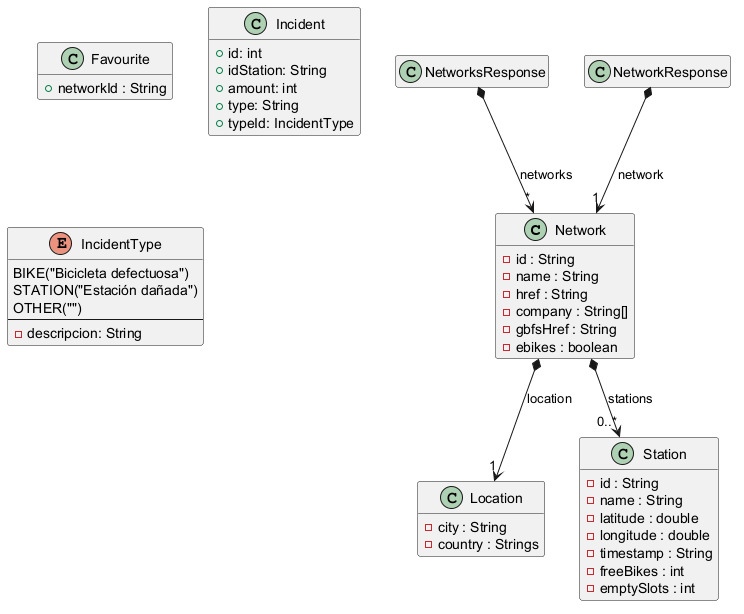
Before: Docs/Models/domain.png, a diagram exported from PlantUML (isunican/App-Bicis-Grupo1).
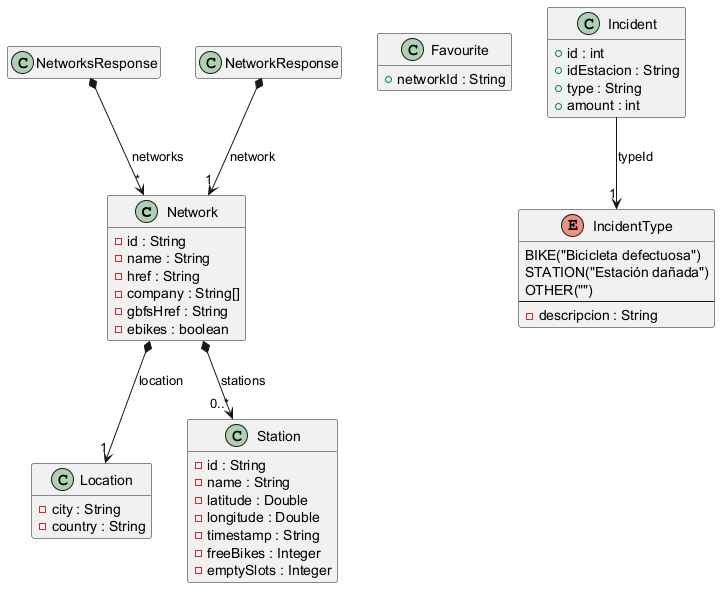
After the change.

Diff of the diagram source:
```diff
@@ -13,7 +13,7 @@
 
 class Location {
     - city : String
-    - country : Strings
+    - country : String
 }
 
 class Favourite {
@@ -31,19 +31,18 @@
 class Station {
     - id : String
     - name : String
-    - latitude : double
-    - longitude : double
+    - latitude : Double
+    - longitude : Double
     - timestamp : String
-    - freeBikes : int
-    - emptySlots : int
+    - freeBikes : Integer
+    - emptySlots : Integer
 }
 
 class Incident {
-    + id: int
-    + idStation: String
-    + amount: int
-    + type: String
-    + typeId: IncidentType
+    + id : int
+    + idEstacion : String
+    + type : String
+    + amount : int
 }
 
 enum IncidentType {
@@ -51,7 +50,7 @@
     STATION("Estación dañada")
     OTHER("")
     --
-    - descripcion: String
+    - descripcion : String
 }
 
 Network *--> "1" Location : location
@@ -59,4 +58,6 @@
 NetworksResponse *--> "*" Network : networks
 NetworkResponse *--> "1" Network : network
 
+Incident --> "1" IncidentType : typeId
+
 @enduml
```
